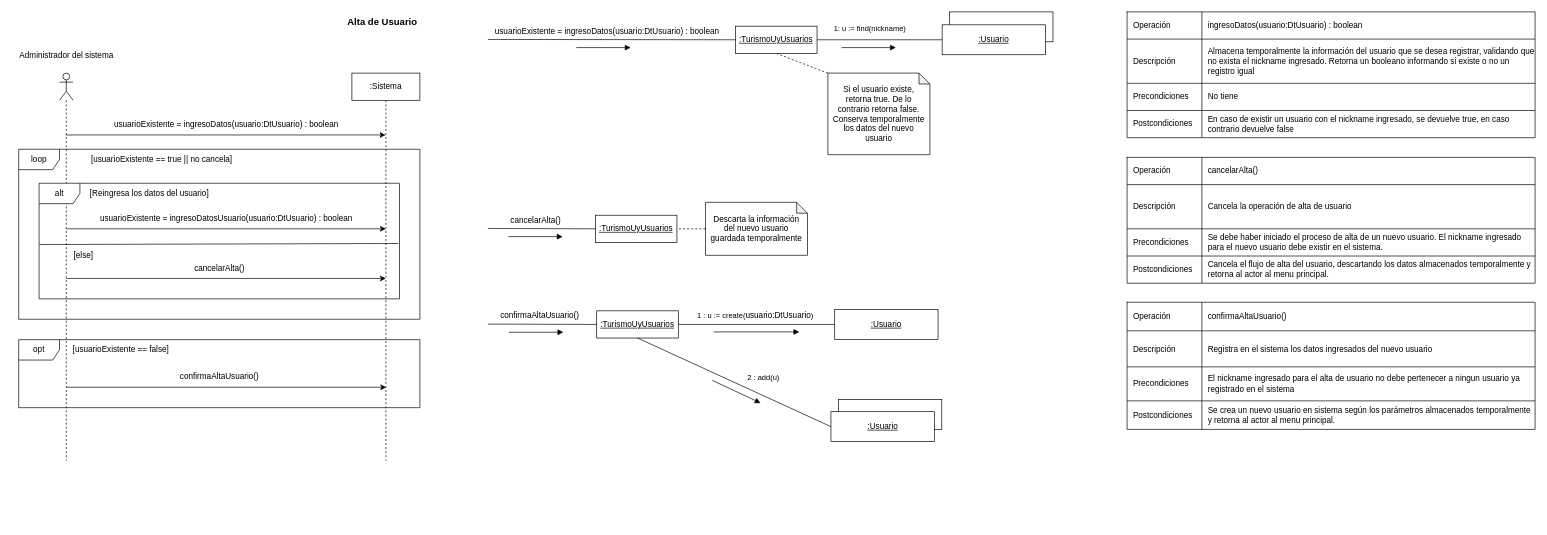
Before: page "CU1_AltaUsuario" (2 of 12) of resources/Tarea1.drawio in rofernandezm/Tencnoinf_Pap2025_Tarea1, a draw.io diagram. Source tidied: cells renumbered, new cells numbered last; positions are measured from the earlier drawing's top-left corner, leaving out a move shared by most shapes. Both pictures are drawn from the tidied source at 68%, with x=0, y=0 at pixel (12, 12).
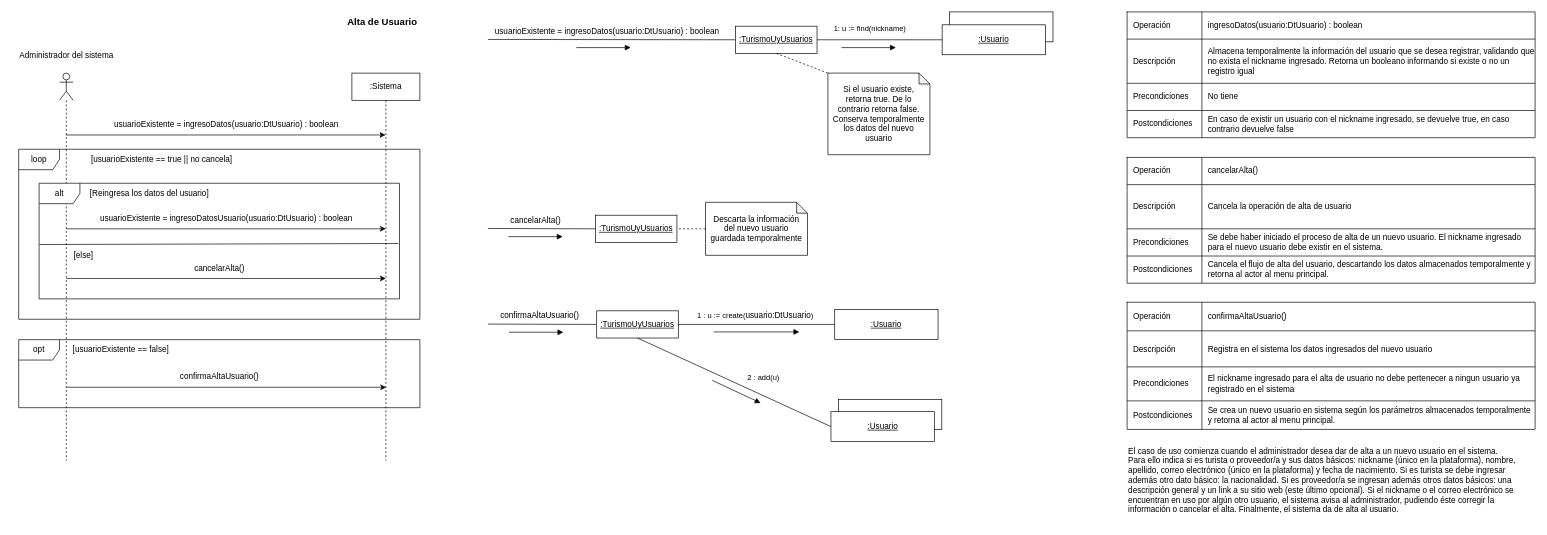
The same page after the edit.

What changed in the source:
```diff
@@
+    <mxCell id="94" value="El caso de uso comienza cuando el administrador desea dar de alta a un nuevo usuario en el sistema.&#10;Para ello indica si es turista o proveedor/a y sus datos básicos: nickname (único en la plataforma), nombre, apellido, correo electrónico (único en la plataforma) y fecha de nacimiento. Si es turista se debe ingresar además otro dato básico: la nacionalidad. Si es proveedor/a se ingresan además otros datos básicos: una descripción general y un link a su sitio web (este último opcional). Si el nickname o el correo electrónico se encuentran en uso por algún otro usuario, el sistema avisa al administrador, pudiendo éste corregir la información o cancelar el alta. Finalmente, el sistema da de alta al usuario." style="text;whiteSpace=wrap;" parent="1" vertex="1">
+      <mxGeometry x="1640" y="631.9" width="600" height="120" as="geometry" />
+    </mxCell>
```
